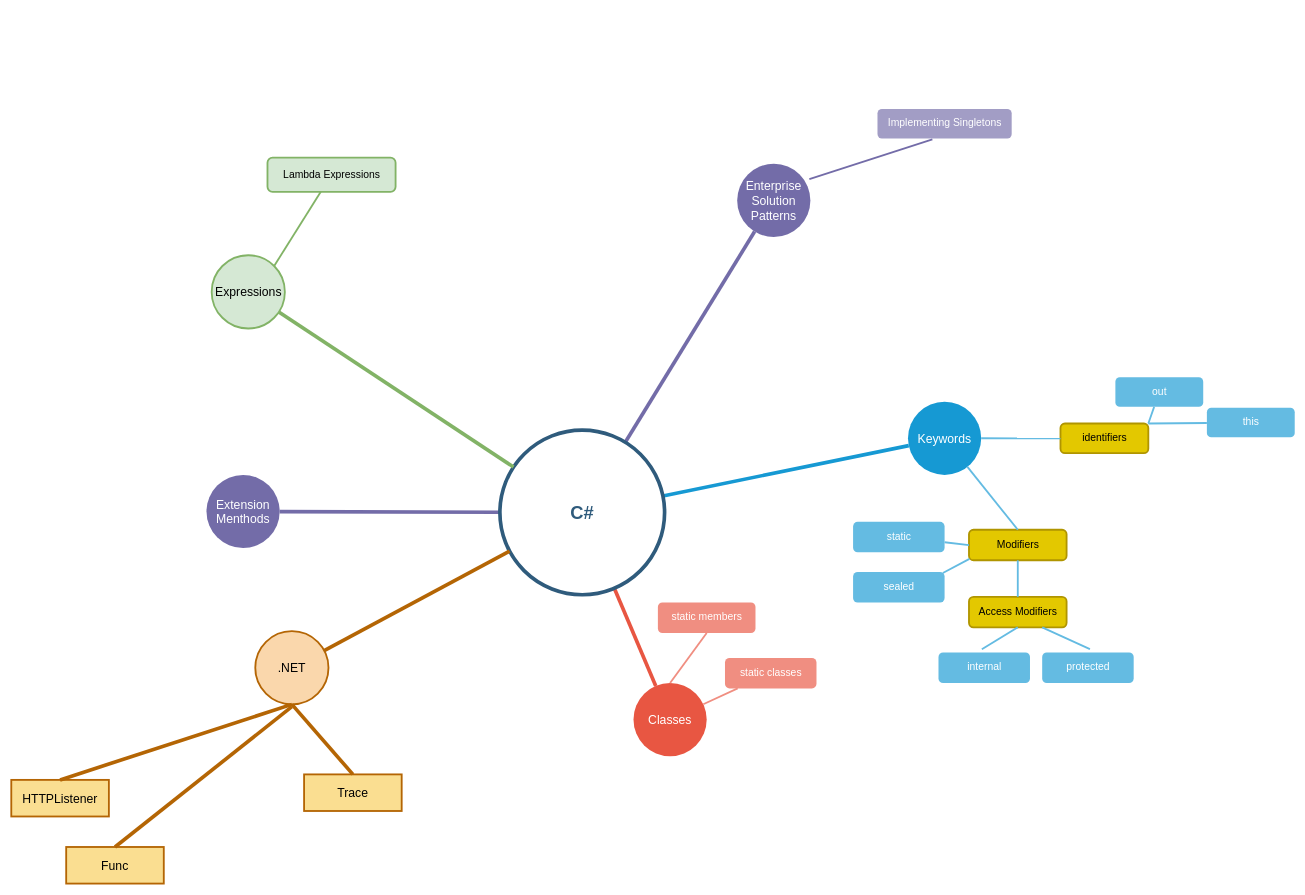
muksiddheswar/Mind-Maps keeps this draw.io diagram as CSharp/C#.drawio. Above is the earlier version. Source tidied: cells renumbered, new cells numbered last; positions are measured from the earlier drawing's top-left corner, leaving out a move shared by most shapes. Both pictures are drawn from the tidied source at 61%, with x=0, y=0 at pixel (11, 109).
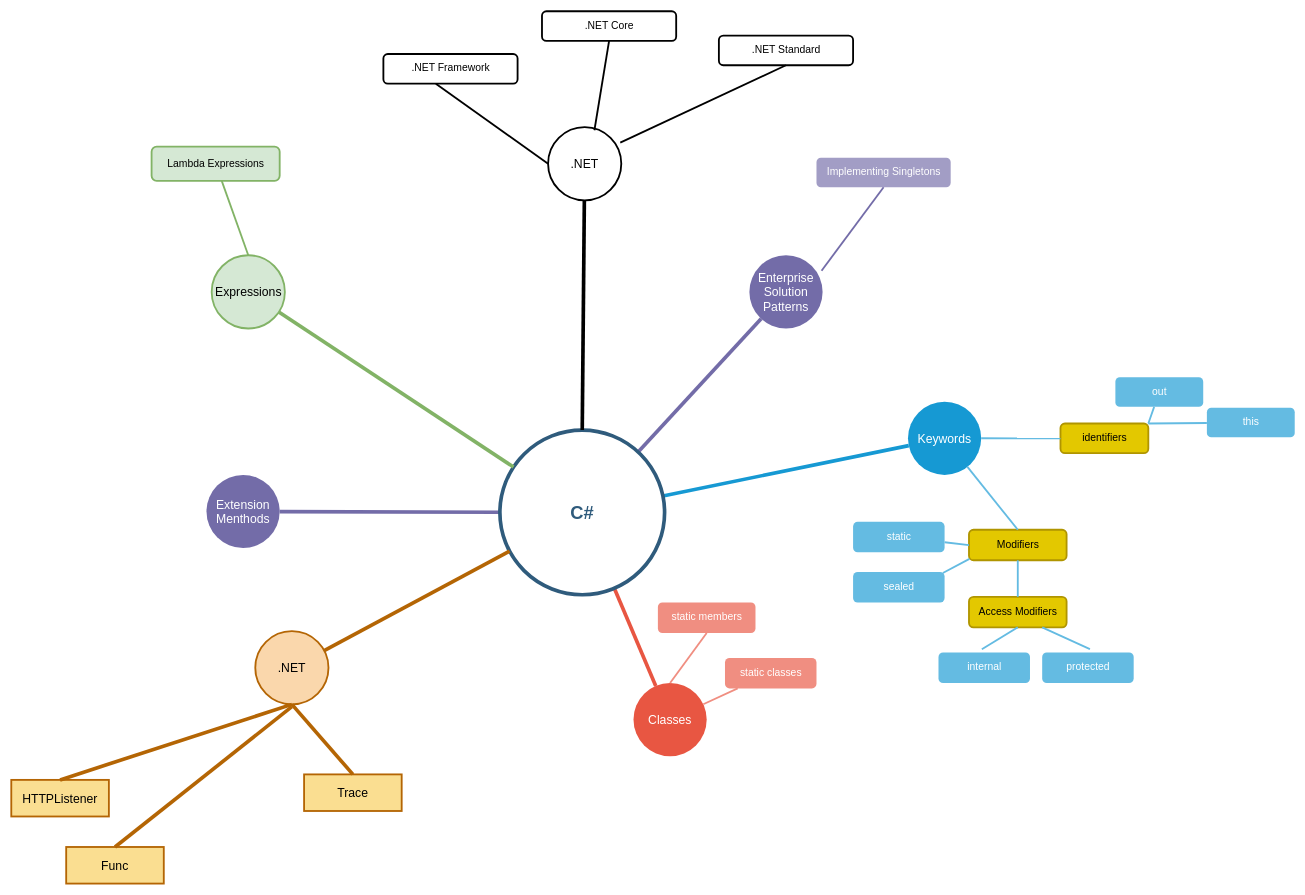
Above is the later version.

Commit message (it also covers changes not shown here):
Add info regarding .NET

Unchanged cells that the change refers to:
```xml
<mxCell id="15" value="C#" style="ellipse;whiteSpace=wrap;html=1;shadow=0;fontFamily=Helvetica;fontSize=30;fontColor=#2F5B7C;align=center;strokeColor=#2F5B7C;strokeWidth=6;fillColor=#FFFFFF;fontStyle=1;gradientColor=none;" parent="1" vertex="1">
  <mxGeometry x="801" y="526.5" width="270" height="270" as="geometry" />
</mxCell>
<mxCell id="24" value="Expressions" style="ellipse;whiteSpace=wrap;html=1;shadow=0;fontFamily=Helvetica;fontSize=20;align=center;strokeWidth=3;fillColor=#d5e8d4;strokeColor=#82b366;" parent="1" vertex="1">
  <mxGeometry x="328.5" y="240" width="120" height="120" as="geometry" />
</mxCell>
```

Diff of the diagram source:
```diff
@@
     <mxCell id="3" value="Enterprise Solution Patterns" style="ellipse;whiteSpace=wrap;html=1;shadow=0;fontFamily=Helvetica;fontSize=20;fontColor=#FFFFFF;align=center;strokeWidth=3;fillColor=#736ca8;strokeColor=none;" parent="1" vertex="1">
-      <mxGeometry x="1190" y="90" width="120" height="120" as="geometry" />
+      <mxGeometry x="1210" y="240" width="120" height="120" as="geometry" />
     </mxCell>
@@
     <mxCell id="11" value="Implementing Singletons" style="rounded=1;fillColor=#a29dc5;strokeColor=none;strokeWidth=3;shadow=0;html=1;fontColor=#FFFFFF;fontSize=17;" parent="1" vertex="1">
-      <mxGeometry x="1420" width="220" height="48.5" as="geometry" />
+      <mxGeometry x="1320" y="80" width="220" height="48.5" as="geometry" />
     </mxCell>
@@
-    <mxCell id="21" style="endArrow=none;strokeWidth=3;strokeColor=#736ca8;html=1;entryX=0.986;entryY=0.211;entryDx=0;entryDy=0;entryPerimeter=0;" parent="1" edge="1" target="3">
-      <mxGeometry relative="1" as="geometry">
-        <mxPoint x="1510" y="50" as="sourcePoint" />
-      </mxGeometry>
+    <mxCell id="21" style="endArrow=none;strokeWidth=3;strokeColor=#736ca8;html=1;entryX=0.986;entryY=0.211;entryDx=0;entryDy=0;entryPerimeter=0;exitX=0.5;exitY=1;exitDx=0;exitDy=0;" parent="1" edge="1" source="11" target="3">
+      <mxGeometry relative="1" as="geometry" />
     </mxCell>
@@
     <mxCell id="25" value="Lambda Expressions" style="rounded=1;fillColor=#d5e8d4;strokeColor=#82b366;strokeWidth=3;shadow=0;html=1;fontSize=17;" parent="1" vertex="1">
-      <mxGeometry x="420" y="80" width="210" height="56" as="geometry" />
+      <mxGeometry x="230" y="62" width="210" height="56" as="geometry" />
     </mxCell>
-    <mxCell id="26" style="edgeStyle=none;endArrow=none;strokeWidth=3;strokeColor=#82b366;html=1;exitX=1;exitY=0;exitDx=0;exitDy=0;fillColor=#d5e8d4;" parent="1" edge="1" source="24" target="25">
+    <mxCell id="26" style="edgeStyle=none;endArrow=none;strokeWidth=3;strokeColor=#82b366;html=1;exitX=0.5;exitY=0;exitDx=0;exitDy=0;fillColor=#d5e8d4;" parent="1" edge="1" source="24" target="25">
       <mxGeometry x="188.5" y="51.5" as="geometry" />
     </mxCell>
@@
+    <mxCell id="47" value=".NET" style="ellipse;whiteSpace=wrap;html=1;shadow=0;fontFamily=Helvetica;fontSize=20;align=center;strokeWidth=3;" parent="1" vertex="1">
+      <mxGeometry x="880" y="30" width="120" height="120" as="geometry" />
+    </mxCell>
+    <mxCell id="48" style="endArrow=none;strokeWidth=6;html=1;exitX=0.5;exitY=0;exitDx=0;exitDy=0;" parent="1" edge="1" source="15" target="47">
+      <mxGeometry relative="1" as="geometry" />
+    </mxCell>
+    <mxCell id="49" value=".NET Standard" style="rounded=1;strokeWidth=3;shadow=0;html=1;fontSize=17;" parent="1" vertex="1">
+      <mxGeometry x="1160" y="-120" width="220" height="48.5" as="geometry" />
+    </mxCell>
+    <mxCell id="50" style="endArrow=none;strokeWidth=3;html=1;entryX=0.986;entryY=0.211;entryDx=0;entryDy=0;entryPerimeter=0;exitX=0.5;exitY=1;exitDx=0;exitDy=0;" parent="1" edge="1" source="49" target="47">
+      <mxGeometry relative="1" as="geometry" />
+    </mxCell>
+    <mxCell id="51" value=".NET Core" style="rounded=1;strokeWidth=3;shadow=0;html=1;fontSize=17;" parent="1" vertex="1">
+      <mxGeometry x="870" y="-160" width="220" height="48.5" as="geometry" />
+    </mxCell>
+    <mxCell id="52" style="endArrow=none;strokeWidth=3;html=1;entryX=0.633;entryY=0.042;entryDx=0;entryDy=0;entryPerimeter=0;exitX=0.5;exitY=1;exitDx=0;exitDy=0;" parent="1" edge="1" source="51" target="47">
+      <mxGeometry relative="1" as="geometry" />
+    </mxCell>
+    <mxCell id="53" value=".NET Framework" style="rounded=1;strokeWidth=3;shadow=0;html=1;fontSize=17;" parent="1" vertex="1">
+      <mxGeometry x="610" y="-90" width="220" height="48.5" as="geometry" />
+    </mxCell>
+    <mxCell id="54" style="endArrow=none;strokeWidth=3;html=1;entryX=0;entryY=0.5;entryDx=0;entryDy=0;exitX=0.391;exitY=1.01;exitDx=0;exitDy=0;exitPerimeter=0;" parent="1" edge="1" source="53" target="47">
+      <mxGeometry relative="1" as="geometry" />
+    </mxCell>
```
